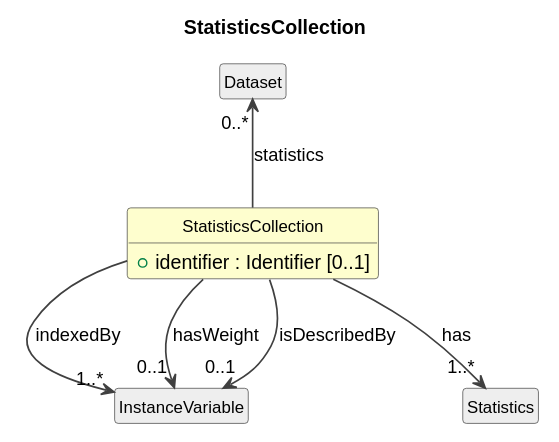
Cross-Domain-Interoperability-Framework/metadataBuildingBlocks keeps this PlantUML diagram as cdif-uml-model/CDIFDataStructure/Classes/StatisticsCollection.svg. Above is the earlier version. Its diagram source:
```plantuml
@startuml
title StatisticsCollection
hide circle
hide empty members
skinparam shadowing false
skinparam ArrowThickness 1.2
skinparam class {
  ArrowColor #404040
  BorderColor #404040
  FontSize 12
}

class "StatisticsCollection" as StatisticsCollection #FEFECE {
  +identifier : Identifier [0..1]
}
class "InstanceVariable" as InstanceVariable #EEEEEE
InstanceVariable "0..1" <-- StatisticsCollection : isDescribedBy
class "Statistics" as Statistics #EEEEEE
StatisticsCollection --> "1..*" Statistics : has
StatisticsCollection --> "1..*" InstanceVariable : indexedBy
StatisticsCollection --> "0..1" InstanceVariable : hasWeight
class "Dataset" as Dataset #EEEEEE
Dataset "0..*" <-- StatisticsCollection : statistics
@enduml
```
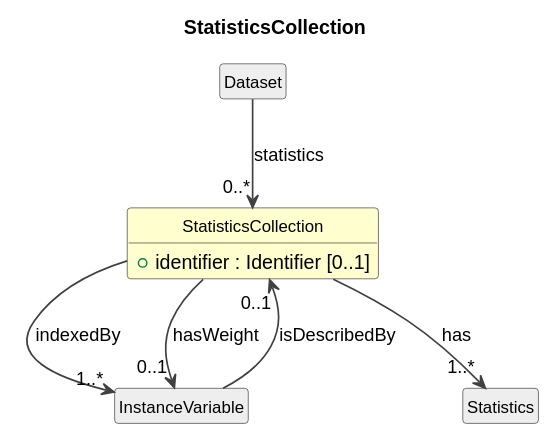
After the commit.

Diff of the diagram source:
```diff
@@ -14,11 +14,11 @@
   +identifier : Identifier [0..1]
 }
 class "InstanceVariable" as InstanceVariable #EEEEEE
-InstanceVariable "0..1" <-- StatisticsCollection : isDescribedBy
+InstanceVariable --> "0..1" StatisticsCollection : isDescribedBy
 class "Statistics" as Statistics #EEEEEE
 StatisticsCollection --> "1..*" Statistics : has
 StatisticsCollection --> "1..*" InstanceVariable : indexedBy
 StatisticsCollection --> "0..1" InstanceVariable : hasWeight
 class "Dataset" as Dataset #EEEEEE
-Dataset "0..*" <-- StatisticsCollection : statistics
+Dataset --> "0..*" StatisticsCollection : statistics
 @enduml
```
